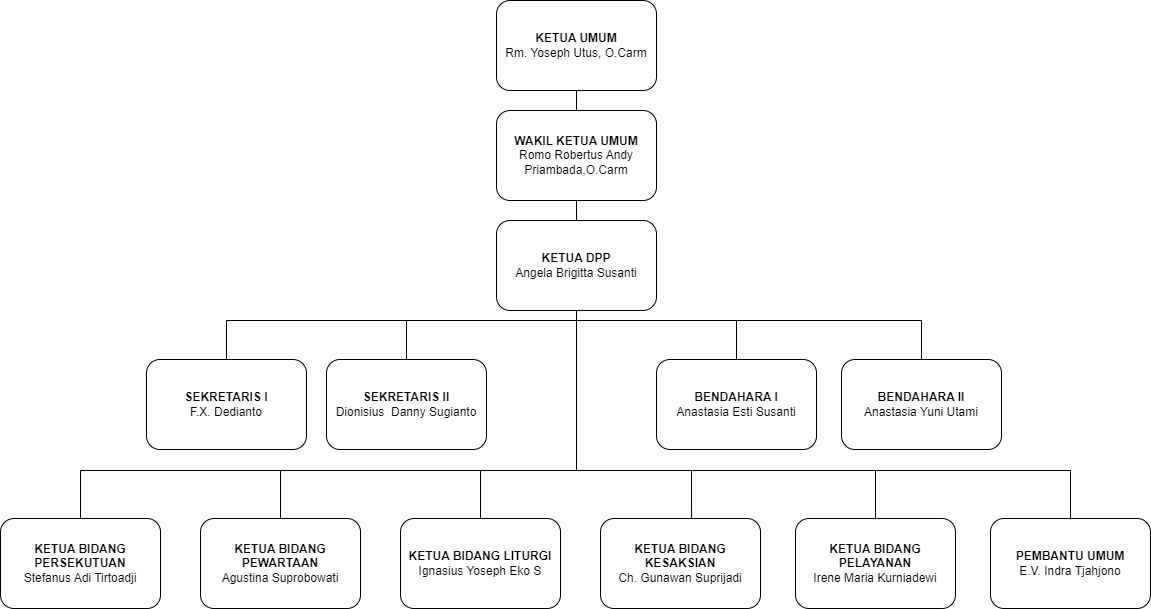
Above: public/images/dph.png in dolaemonngeong/WD-Gereja (draw.io), before the change. Source tidied: cells renumbered, new cells last; positions are measured from the earlier drawing's top-left corner, leaving out a move shared by most shapes.
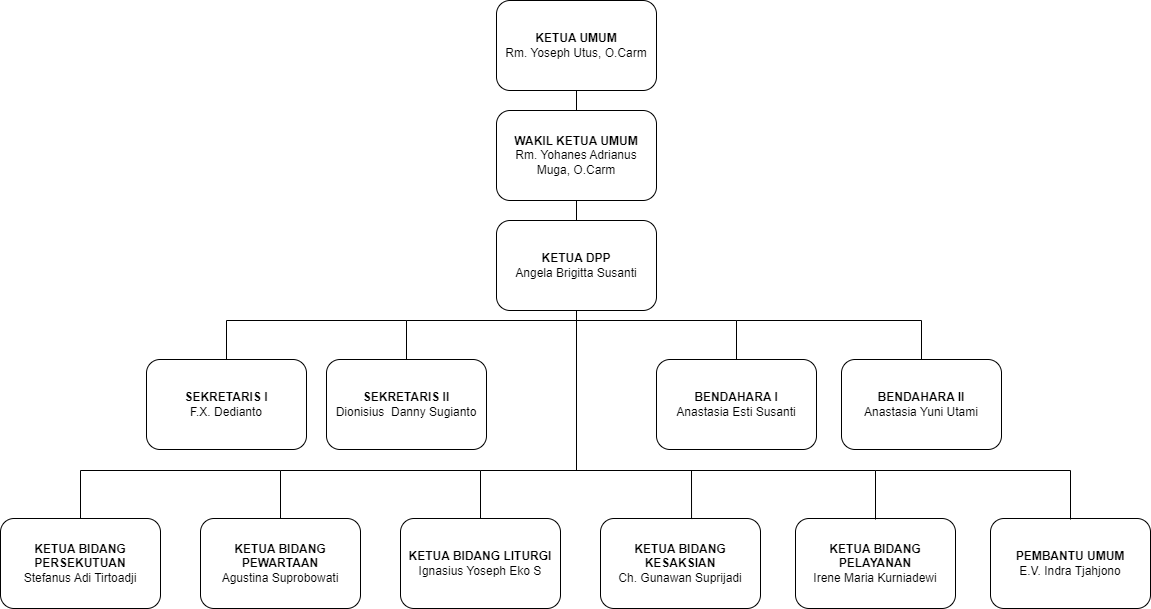
Later version of the same file.

Commit message:
update info terbaru

Diff of the diagram source:
```diff
@@ -35,7 +35,7 @@
     <mxCell id="12" value="&lt;b&gt;KETUA DPP&lt;/b&gt;&lt;br&gt;Angela Brigitta Susanti" style="rounded=1;whiteSpace=wrap;html=1;" parent="1" vertex="1">
       <mxGeometry x="496" y="220" width="160" height="90" as="geometry" />
     </mxCell>
-    <mxCell id="13" value="&lt;b&gt;WAKIL KETUA UMUM&lt;/b&gt;&lt;br&gt;Romo Robertus Andy Priambada,O.Carm" style="rounded=1;whiteSpace=wrap;html=1;" parent="1" vertex="1">
+    <mxCell id="13" value="&lt;b&gt;WAKIL KETUA UMUM&lt;/b&gt;&lt;br&gt;Rm. Yohanes Adrianus Muga, O.Carm" style="rounded=1;whiteSpace=wrap;html=1;" parent="1" vertex="1">
       <mxGeometry x="496" y="110" width="160" height="90" as="geometry" />
     </mxCell>
     <mxCell id="14" value="&lt;b&gt;KETUA UMUM&lt;/b&gt;&lt;br&gt;Rm. Yoseph Utus, O.Carm" style="rounded=1;whiteSpace=wrap;html=1;" parent="1" vertex="1">
```
